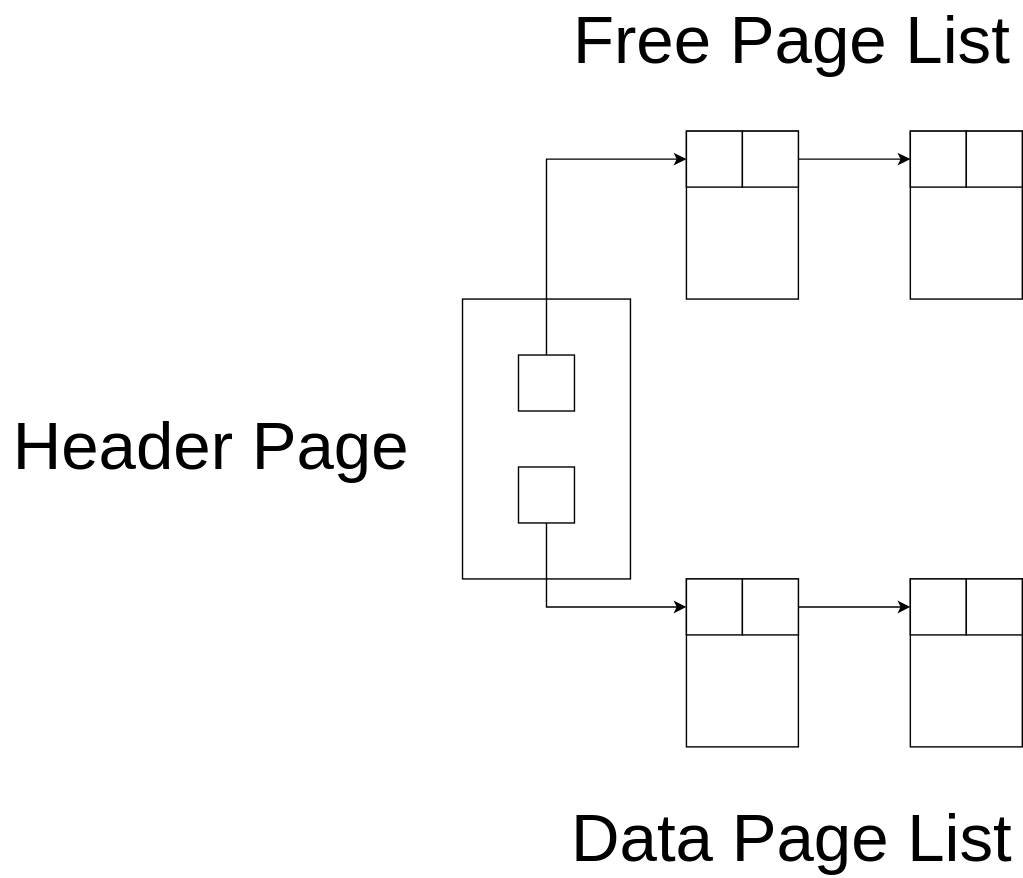
Before: advent-calendar2020/book/images/linked_list.svg, a diagram exported from draw.io (diohabara/projects). Source tidied: cells renumbered, new cells last; positions are measured from the earlier drawing's top-left corner, leaving out a move shared by most shapes.
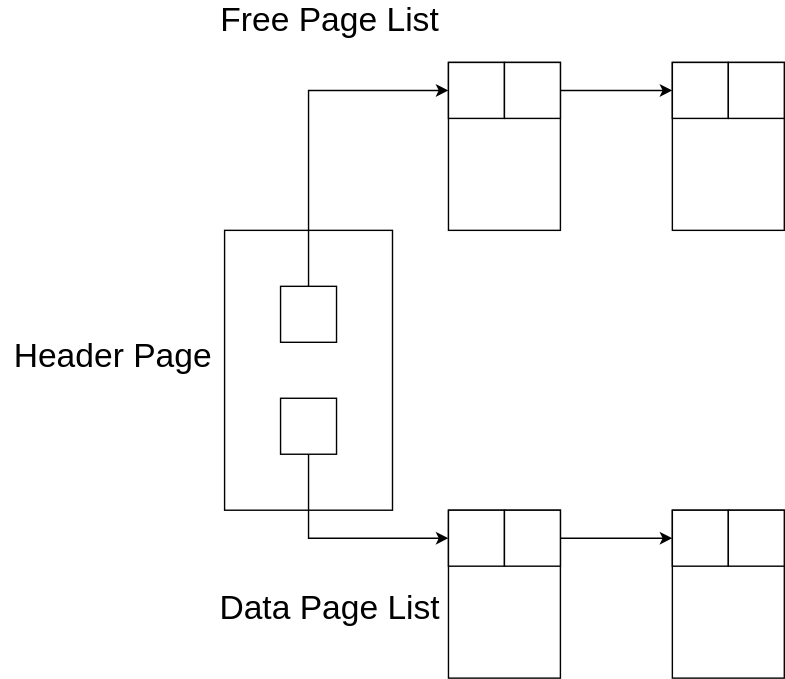
Above is the later version.

Diff of the diagram source:
```diff
@@ -29,14 +29,14 @@
     <mxCell id="10" style="rounded=0;whiteSpace=wrap;html=1;" parent="1" vertex="1">
       <mxGeometry x="530" y="80" width="40" height="40" as="geometry" />
     </mxCell>
-    <mxCell id="11" value="&lt;font style=&quot;font-size: 48px&quot;&gt;Free Page List&lt;/font&gt;" style="text;html=1;align=center;verticalAlign=middle;" parent="1" vertex="1">
-      <mxGeometry x="400" width="330" height="30" as="geometry" />
+    <mxCell id="11" value="&lt;font style=&quot;font-size: 24px&quot;&gt;Free Page List&lt;/font&gt;" style="text;html=1;align=center;verticalAlign=middle;" parent="1" vertex="1">
+      <mxGeometry x="320" y="40" width="170" height="20" as="geometry" />
     </mxCell>
-    <mxCell id="12" value="&lt;font style=&quot;font-size: 48px&quot;&gt;Data Page List&lt;/font&gt;" style="text;html=1;align=center;verticalAlign=middle;" parent="1" vertex="1">
-      <mxGeometry x="400" y="570" width="330" height="30" as="geometry" />
+    <mxCell id="12" value="&lt;font style=&quot;font-size: 24px&quot;&gt;Data Page List&lt;/font&gt;" style="text;html=1;align=center;verticalAlign=middle;" parent="1" vertex="1">
+      <mxGeometry x="320" y="460" width="170" height="20" as="geometry" />
     </mxCell>
-    <mxCell id="13" value="&lt;span style=&quot;font-size: 48px&quot;&gt;Header Page&lt;br&gt;&lt;/span&gt;" style="text;html=1;align=center;verticalAlign=middle;" parent="1" vertex="1">
-      <mxGeometry y="290" width="300" height="30" as="geometry" />
+    <mxCell id="13" value="&lt;font style=&quot;font-size: 24px&quot;&gt;Header Page&lt;/font&gt;" style="text;html=1;align=center;verticalAlign=middle;" parent="1" vertex="1">
+      <mxGeometry x="170" y="280" width="160" height="20" as="geometry" />
     </mxCell>
     <mxCell id="14" style="rounded=0;whiteSpace=wrap;html=1;" parent="1" vertex="1">
       <mxGeometry x="650" y="80" width="80" height="120" as="geometry" />
```
